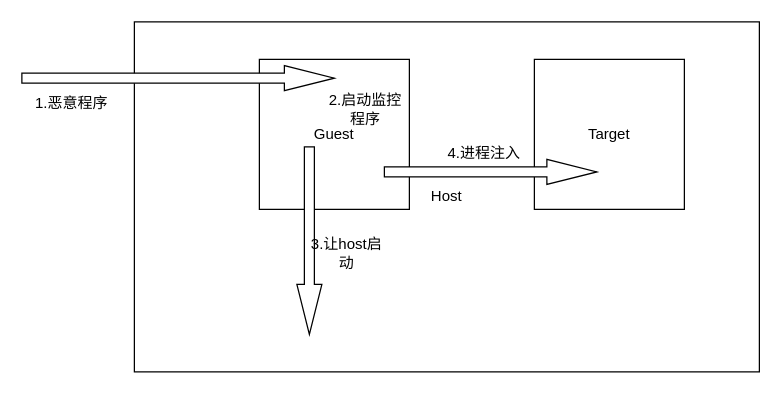
Above: 总体.drawio in Amber0130/Other (draw.io), before the change. Source tidied: cells renumbered, new cells numbered last; positions are measured from the earlier drawing's top-left corner, leaving out a move shared by most shapes. Both pictures are drawn from the tidied source at 125%, with x=0, y=0 at pixel (21, 21).
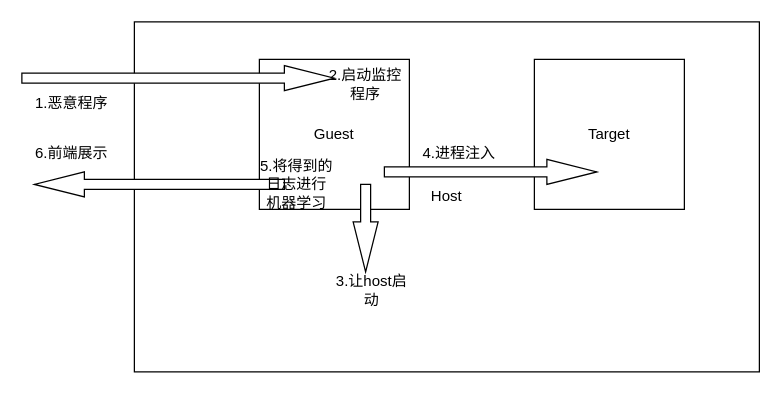
The same page after the edit.

The edit, as a diff of the source:
```diff
@@
 <mxGraphModel>
   <root>
     <mxCell id="0" />
     <mxCell id="1" parent="0" />
     <mxCell id="2" value="Host" style="rounded=0;whiteSpace=wrap;html=1;" parent="1" vertex="1">
       <mxGeometry x="90" width="500" height="280" as="geometry" />
     </mxCell>
     <mxCell id="3" value="Guest" style="whiteSpace=wrap;html=1;" parent="1" vertex="1">
       <mxGeometry x="190" y="30" width="120" height="120" as="geometry" />
     </mxCell>
     <mxCell id="4" value="Target" style="whiteSpace=wrap;html=1;" parent="1" vertex="1">
       <mxGeometry x="410" y="30" width="120" height="120" as="geometry" />
     </mxCell>
     <mxCell id="5" value="2.启动监控程序" style="text;html=1;strokeColor=none;fillColor=none;align=center;verticalAlign=middle;whiteSpace=wrap;rounded=0;" parent="1" vertex="1">
-      <mxGeometry x="240" y="50" width="70" height="40" as="geometry" />
+      <mxGeometry x="240" y="30" width="70" height="40" as="geometry" />
     </mxCell>
     <mxCell id="6" style="html=1;shadow=0;dashed=0;align=center;verticalAlign=middle;shape=mxgraph.arrows2.arrow;dy=0.6;dx=40;notch=0;" parent="1" vertex="1">
       <mxGeometry y="35" width="250" height="20" as="geometry" />
     </mxCell>
     <mxCell id="7" value="1.恶意程序" style="text;html=1;strokeColor=none;fillColor=none;align=center;verticalAlign=middle;whiteSpace=wrap;rounded=0;" parent="1" vertex="1">
       <mxGeometry x="10" y="50" width="60" height="30" as="geometry" />
     </mxCell>
     <mxCell id="8" style="html=1;shadow=0;dashed=0;align=center;verticalAlign=middle;shape=mxgraph.arrows2.arrow;dy=0.6;dx=40;direction=south;notch=0;" parent="1" vertex="1">
-      <mxGeometry x="220" y="100" width="20" height="150" as="geometry" />
+      <mxGeometry x="265" y="130" width="20" height="70" as="geometry" />
     </mxCell>
     <mxCell id="9" value="3.让host启动" style="text;html=1;strokeColor=none;fillColor=none;align=center;verticalAlign=middle;whiteSpace=wrap;rounded=0;" parent="1" vertex="1">
-      <mxGeometry x="230" y="170" width="60" height="30" as="geometry" />
+      <mxGeometry x="250" y="200" width="60" height="30" as="geometry" />
     </mxCell>
     <mxCell id="10" style="html=1;shadow=0;dashed=0;align=center;verticalAlign=middle;shape=mxgraph.arrows2.arrow;dy=0.6;dx=40;notch=0;" parent="1" vertex="1">
       <mxGeometry x="290" y="110" width="170" height="20" as="geometry" />
     </mxCell>
     <mxCell id="11" value="4.进程注入" style="text;html=1;strokeColor=none;fillColor=none;align=center;verticalAlign=middle;whiteSpace=wrap;rounded=0;" parent="1" vertex="1">
-      <mxGeometry x="330" y="90" width="80" height="30" as="geometry" />
+      <mxGeometry x="310" y="90" width="80" height="30" as="geometry" />
     </mxCell>
+    <mxCell id="12" style="html=1;shadow=0;dashed=0;align=center;verticalAlign=middle;shape=mxgraph.arrows2.arrow;dy=0.6;dx=40;flipH=1;notch=0;" parent="1" vertex="1">
+      <mxGeometry x="10" y="120" width="200" height="20" as="geometry" />
+    </mxCell>
+    <mxCell id="13" value="5.将得到的日志进行机器学习" style="text;html=1;strokeColor=none;fillColor=none;align=center;verticalAlign=middle;whiteSpace=wrap;rounded=0;" parent="1" vertex="1">
+      <mxGeometry x="190" y="115" width="60" height="30" as="geometry" />
+    </mxCell>
+    <mxCell id="14" value="6.前端展示" style="text;html=1;strokeColor=none;fillColor=none;align=center;verticalAlign=middle;whiteSpace=wrap;rounded=0;" parent="1" vertex="1">
+      <mxGeometry x="10" y="90" width="60" height="30" as="geometry" />
+    </mxCell>
   </root>
 </mxGraphModel>
```
